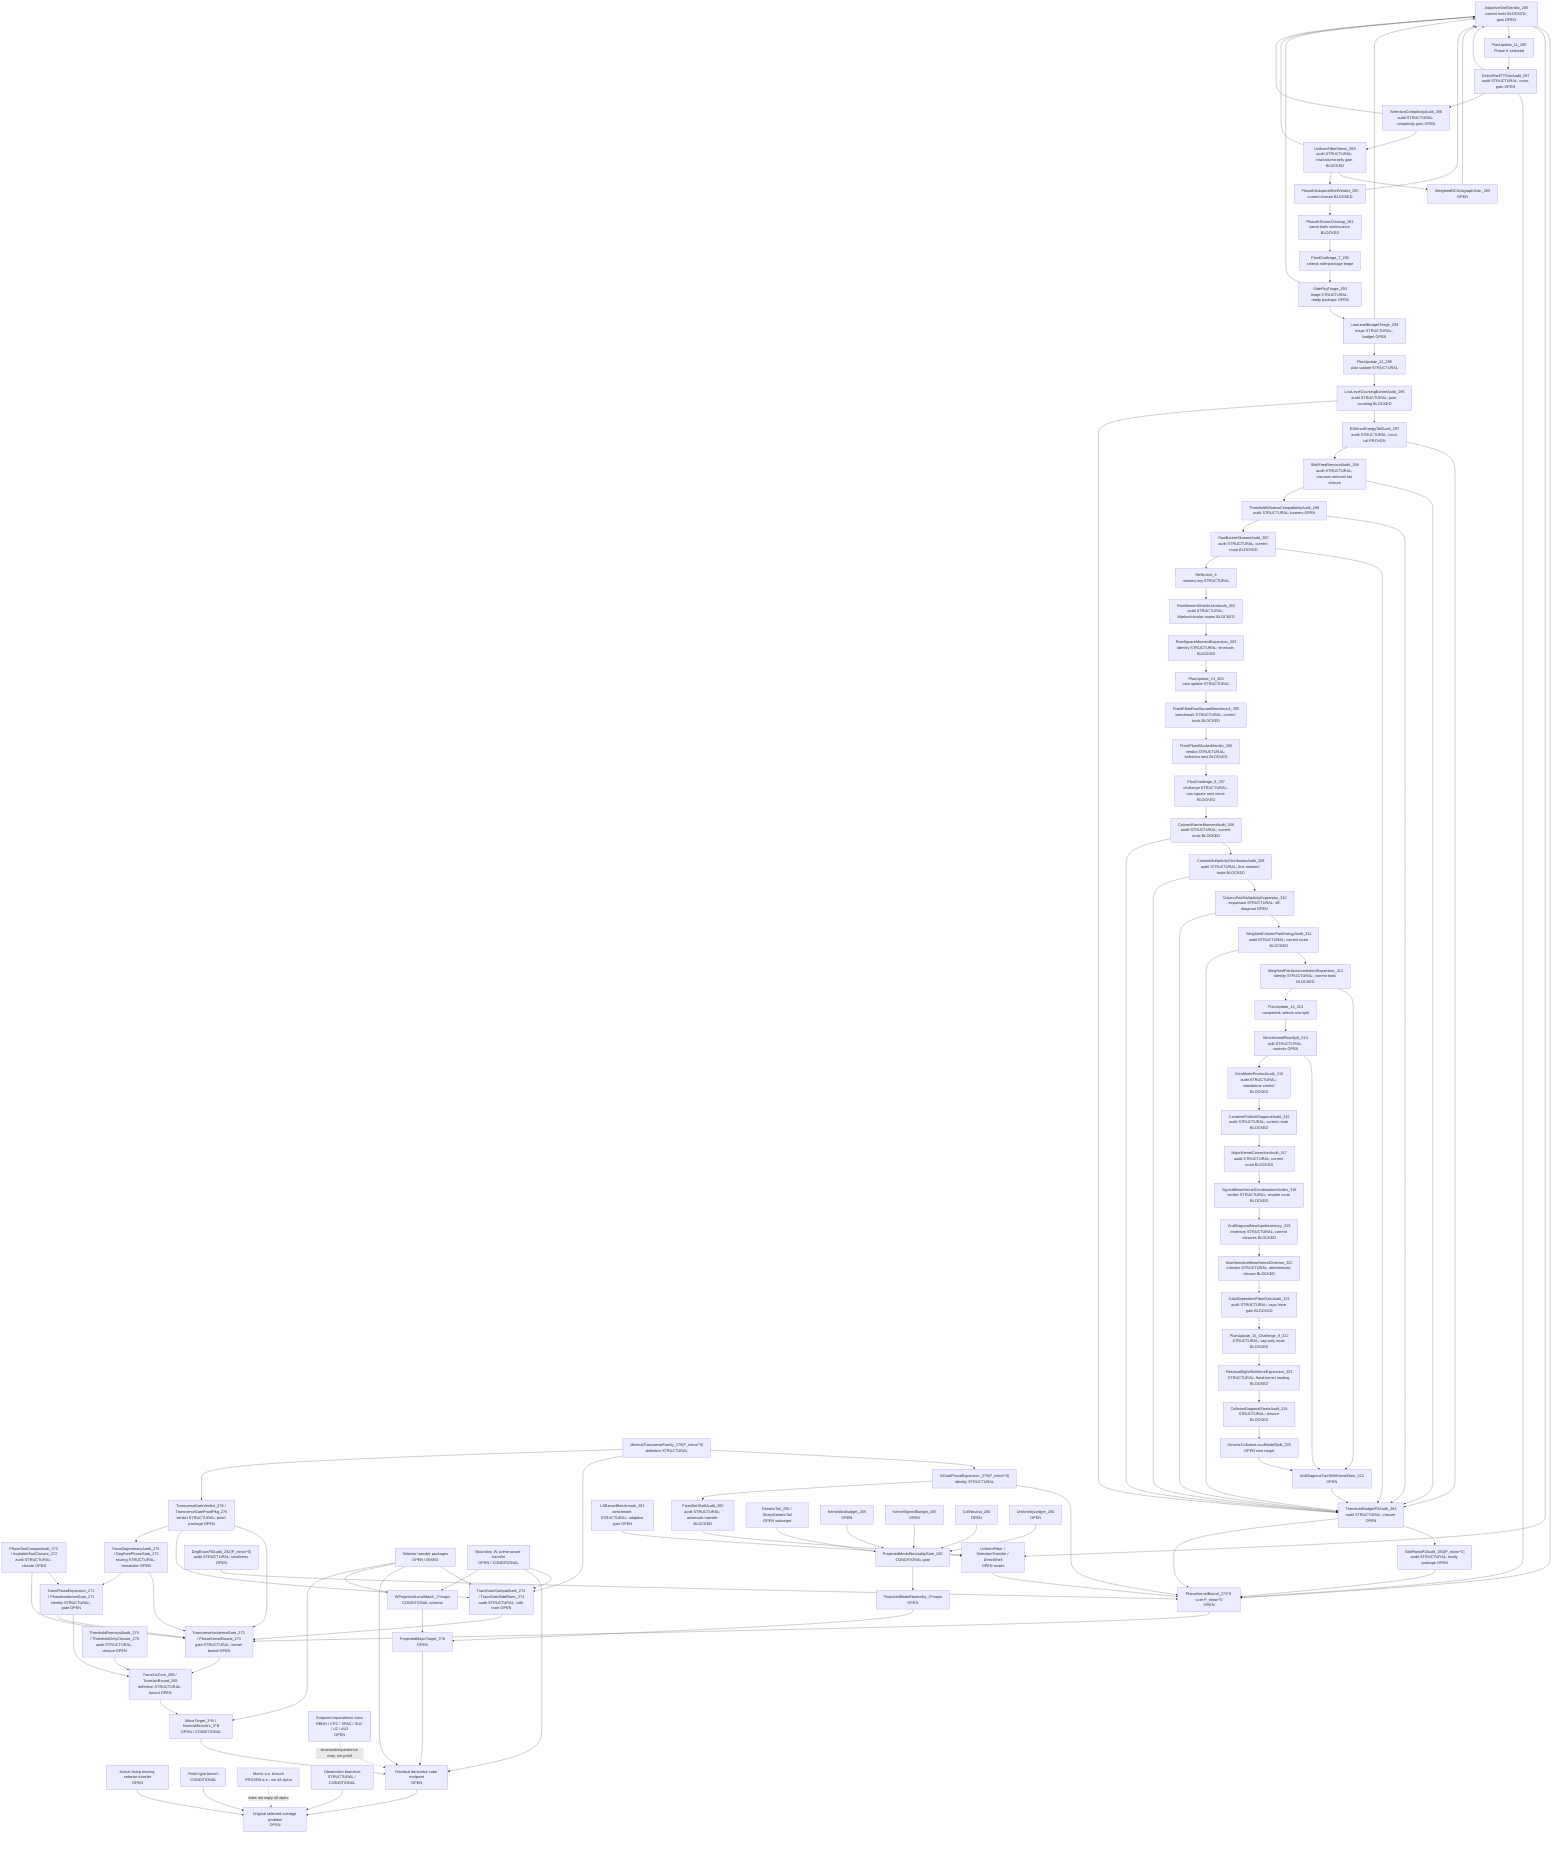
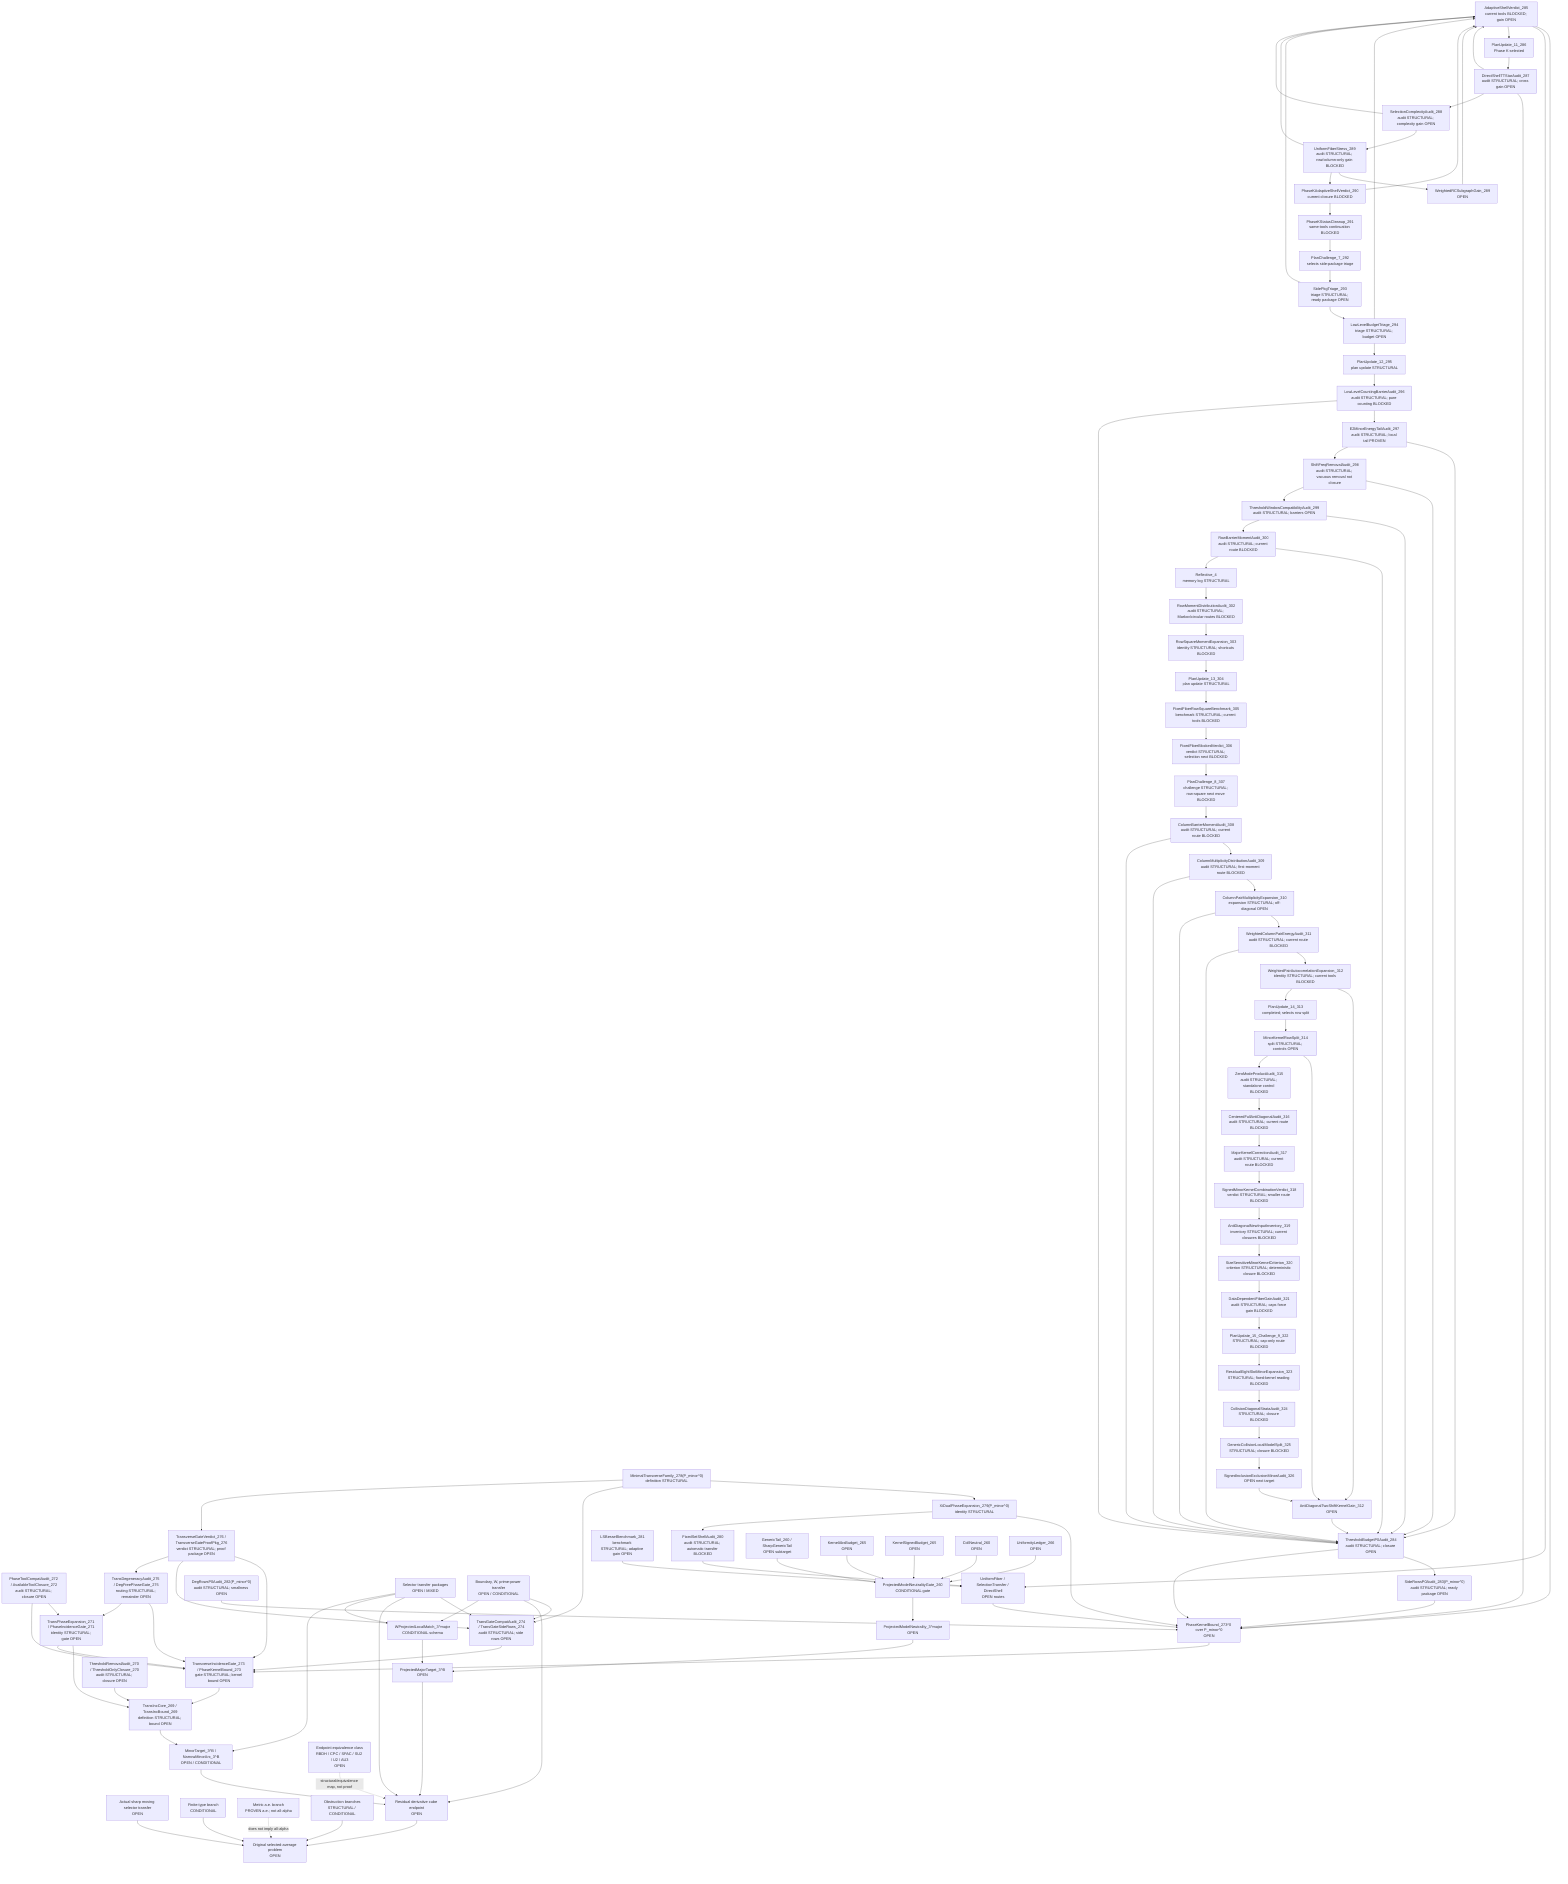
flowchart TD
  Original["Original selected-average problem<br/>OPEN"]
  SharpSel["Actual sharp moving selector transfer<br/>OPEN"]
  FiniteType["Finite-type branch<br/>CONDITIONAL"]
  Metric["Metric a.e. branch<br/>PROVEN a.e.; not all-alpha"]
  Obstruction["Obstruction branches<br/>STRUCTURAL / CONDITIONAL"]

  ResCube["Residual derivative cube endpoint<br/>OPEN"]
  MajorTarget["ProjectedMajorTarget_3^B<br/>OPEN"]
  MinorTarget["MinorTarget_3^B / NarrowMinorArc_3^B<br/>OPEN / CONDITIONAL"]
  TransInc["TransIncCore_269 / TransIncBound_269<br/>definition STRUCTURAL; bound OPEN"]
  ThresholdAudit["ThresholdRemovalAudit_270 / ThresholdOnlyClosure_270<br/>audit STRUCTURAL; closure OPEN"]
  PhaseExpansion["TransPhaseExpansion_271 / PhaseIncidenceGate_271<br/>identity STRUCTURAL; gate OPEN"]
  ToolCompat["PhaseToolCompatAudit_272 / AvailableToolClosure_272<br/>audit STRUCTURAL; closure OPEN"]
  TransGate["TransverseIncidenceGate_273 / PhaseKernelBound_273<br/>gate STRUCTURAL; kernel bound OPEN"]
  TransGateCompat["TransGateCompatAudit_274 / TransGateSideRows_274<br/>audit STRUCTURAL; side rows OPEN"]
  DegAudit["TransDegeneracyAudit_275 / DegFreePhaseGate_275<br/>routing STRUCTURAL; remainder OPEN"]
  TransVerdict["TransverseGateVerdict_276 / TransverseGateProofPkg_276<br/>verdict STRUCTURAL; proof package OPEN"]
  MinTransFamily["MinimalTransverseFamily_278(P_minor^0)<br/>definition STRUCTURAL"]
  XiExpansion["XiDualPhaseExpansion_279(P_minor^0)<br/>identity STRUCTURAL"]
  FixedShellAudit["FixedSetShellAudit_280<br/>audit STRUCTURAL; automatic transfer BLOCKED"]
  FixedShellTransfer["UniformFiber / SelectionTransfer / DirectShell<br/>OPEN routes"]
  LSBesselBench["LSBesselBenchmark_281<br/>benchmark STRUCTURAL; adaptive gain OPEN"]
  DegRowsP0["DegRowsP0Audit_282(P_minor^0)<br/>audit STRUCTURAL; smallness OPEN"]
  SideRowsP0["SideRowsP0Audit_283(P_minor^0)<br/>audit STRUCTURAL; ready package OPEN"]
  ThresholdP0["ThresholdBudgetP0Audit_284<br/>audit STRUCTURAL; closure OPEN"]
  AdaptiveShellP0["AdaptiveShellVerdict_285<br/>current tools BLOCKED; gain OPEN"]
  PlanUpdate11["PlanUpdate_11_286<br/>Phase K selected"]
  DirectTTStar["DirectShellTTStarAudit_287<br/>audit STRUCTURAL; cross gain OPEN"]
  SelectionComplexity["SelectionComplexityAudit_288<br/>audit STRUCTURAL; complexity gain OPEN"]
  UniformFiberStress["UniformFiberStress_289<br/>audit STRUCTURAL; row/column-only gain BLOCKED"]
  WeightedRCSubgraph["WeightedRCSubgraphGain_289<br/>OPEN"]
  AdaptiveVerdict290["PhaseKAdaptiveShellVerdict_290<br/>current closure BLOCKED"]
  PhaseKCleanup291["PhaseKStatusCleanup_291<br/>same-tools continuation BLOCKED"]
  PlanChallenge7["PlanChallenge_7_292<br/>selects side-package triage"]
  SidePkgTriage293["SidePkgTriage_293<br/>triage STRUCTURAL; ready package OPEN"]
  LowLevelTriage294["LowLevelBudgetTriage_294<br/>triage STRUCTURAL; budget OPEN"]
  PlanUpdate12["PlanUpdate_12_295<br/>plan update STRUCTURAL"]
  LowLevelBarrier296["LowLevelCountingBarrierAudit_296<br/>audit STRUCTURAL; pure counting BLOCKED"]
  E2Tail297["E2MinorEnergyTailAudit_297<br/>audit STRUCTURAL; local tail PROVEN"]
  ShiftFreq298["ShiftFreqRemovalAudit_298<br/>audit STRUCTURAL; vacuous removal not closure"]
  ThresholdWindow299["ThresholdWindowCompatibilityAudit_299<br/>audit STRUCTURAL; barriers OPEN"]
  RowBarrier300["RowBarrierMomentAudit_300<br/>audit STRUCTURAL; current route BLOCKED"]
  Reflective4["Reflective_4<br/>memory log STRUCTURAL"]
  RowMoment302["RowMomentDistributionAudit_302<br/>audit STRUCTURAL; Markov/circular routes BLOCKED"]
  RowSquare303["RowSquareMomentExpansion_303<br/>identity STRUCTURAL; shortcuts BLOCKED"]
  PlanUpdate13["PlanUpdate_13_304<br/>plan update STRUCTURAL"]
  FixedFiber305["FixedFiberRowSquareBenchmark_305<br/>benchmark STRUCTURAL; current tools BLOCKED"]
  FixedFiber306["FixedFiberBlockedVerdict_306<br/>verdict STRUCTURAL; selection next BLOCKED"]
  PlanChallenge8["PlanChallenge_8_307<br/>challenge STRUCTURAL; row-square next move BLOCKED"]
  ColumnBarrier308["ColumnBarrierMomentAudit_308<br/>audit STRUCTURAL; current route BLOCKED"]
  ColumnDist309["ColumnMultiplicityDistributionAudit_309<br/>audit STRUCTURAL; first-moment route BLOCKED"]
  ColumnPair310["ColumnPairMultiplicityExpansion_310<br/>expansion STRUCTURAL; off-diagonal OPEN"]
  WPair311["WeightedColumnPairEnergyAudit_311<br/>audit STRUCTURAL; current route BLOCKED"]
  AutoCorr312["WeightedPairAutocorrelationExpansion_312<br/>identity STRUCTURAL; current tools BLOCKED"]
  AntiDiag312["AntiDiagonalTwoShiftKernelGain_312<br/>OPEN"]
  PlanUpdate14["PlanUpdate_14_313<br/>completed; selects row split"]
  MinorKernel314["MinorKernelRowSplit_314<br/>split STRUCTURAL; controls OPEN"]
  ZeroAudit315["ZeroModeProductAudit_315<br/>audit STRUCTURAL; standalone control BLOCKED"]
  CenteredFull316["CenteredFullAntiDiagonalAudit_316<br/>audit STRUCTURAL; current route BLOCKED"]
  MajorCorr317["MajorKernelCorrectionAudit_317<br/>audit STRUCTURAL; current route BLOCKED"]
  SignedVerdict318["SignedMinorKernelCombinationVerdict_318<br/>verdict STRUCTURAL; smaller route BLOCKED"]
  NewInput319["AntiDiagonalNewInputInventory_319<br/>inventory STRUCTURAL; current closures BLOCKED"]
  SizeSensitive320["SizeSensitiveMinorKernelCriterion_320<br/>criterion STRUCTURAL; deterministic closure BLOCKED"]
  FiberGain321["DataDependentFiberGainAudit_321<br/>audit STRUCTURAL; caps force gain BLOCKED"]
  Plan322["PlanUpdate_15_Challenge_9_322<br/>STRUCTURAL; cap-only route BLOCKED"]
  ResidualEight323["ResidualEightSlotMinorExpansion_323<br/>STRUCTURAL; fixed-kernel reading BLOCKED"]
  Collision324["CollisionDiagonalStrataAudit_324<br/>STRUCTURAL; closure BLOCKED"]
-   GenericSplit325["GenericCollisionLocalModelSplit_325<br/>OPEN next target"]
+   GenericSplit325["GenericCollisionLocalModelSplit_325<br/>STRUCTURAL; closure BLOCKED"]
+   SignedIE326["SignedInclusionExclusionMinorAudit_326<br/>OPEN next target"]
  PhaseKernel0["PhaseKernelBound_273^0 over P_minor^0<br/>OPEN"]
  SelectorTransfer["Selector transfer packages<br/>OPEN / MIXED"]
  BoundaryTransfer["Boundary, W, prime-power transfer<br/>OPEN / CONDITIONAL"]

  WLocal["WProjectedLocalMatch_3^major<br/>CONDITIONAL schema"]
  ModelNeutral["ProjectedModelNeutrality_3^major<br/>OPEN"]
  PMNGate["ProjectedModelNeutralityGate_260<br/>CONDITIONAL gate"]
  GenericTail["GenericTail_260 / SharpGenericTail<br/>OPEN subtarget"]
  KernelAbs["KernelAbsBudget_265<br/>OPEN"]
  KernelSigned["KernelSignedBudget_265<br/>OPEN"]
  CollNeutral["CollNeutral_260<br/>OPEN"]
  Uniformity["UniformityLedger_266<br/>OPEN"]

  EndpointClass["Endpoint equivalence class<br/>RBDH / CPC / SPAC / SU2 / U2 / AU3<br/>OPEN"]

  SharpSel --> Original
  FiniteType --> Original
  Obstruction --> Original
  ResCube --> Original
  Metric -. "does not imply all-alpha" .-> Original

  MajorTarget --> ResCube
  MinorTarget --> ResCube
  TransInc --> MinorTarget
  ThresholdAudit --> TransInc
  PhaseExpansion --> TransInc
  ToolCompat --> PhaseExpansion
  TransGate --> TransInc
  PhaseExpansion --> TransGate
  ToolCompat --> TransGate
  TransGateCompat --> TransGate
  SelectorTransfer --> TransGateCompat
  BoundaryTransfer --> TransGateCompat
  DegAudit --> TransGate
  DegAudit --> PhaseExpansion
  TransVerdict --> TransGate
  TransVerdict --> TransGateCompat
  TransVerdict --> DegAudit
  PhaseKernel0 --> TransGate
  MinTransFamily --> XiExpansion
  XiExpansion --> PhaseKernel0
  XiExpansion --> FixedShellAudit
  FixedShellAudit --> FixedShellTransfer
  FixedShellTransfer --> PhaseKernel0
  LSBesselBench --> FixedShellTransfer
  DegRowsP0 --> PhaseKernel0
  SideRowsP0 --> PhaseKernel0
  ThresholdP0 --> SideRowsP0
  ThresholdP0 --> PhaseKernel0
  AdaptiveShellP0 --> PhaseKernel0
  AdaptiveShellP0 --> FixedShellTransfer
  AdaptiveShellP0 --> PlanUpdate11
  PlanUpdate11 --> DirectTTStar
  DirectTTStar --> AdaptiveShellP0
  DirectTTStar --> PhaseKernel0
  DirectTTStar --> SelectionComplexity
  SelectionComplexity --> UniformFiberStress
  SelectionComplexity --> AdaptiveShellP0
  UniformFiberStress --> WeightedRCSubgraph
  WeightedRCSubgraph --> AdaptiveShellP0
  UniformFiberStress --> AdaptiveVerdict290
  UniformFiberStress --> AdaptiveShellP0
  AdaptiveVerdict290 --> AdaptiveShellP0
  AdaptiveVerdict290 --> PhaseKCleanup291
  PhaseKCleanup291 --> PlanChallenge7
  PlanChallenge7 --> SidePkgTriage293
  SidePkgTriage293 --> LowLevelTriage294
  SidePkgTriage293 --> AdaptiveShellP0
  LowLevelTriage294 --> AdaptiveShellP0
  LowLevelTriage294 --> PlanUpdate12
  PlanUpdate12 --> LowLevelBarrier296
  LowLevelBarrier296 --> E2Tail297
  LowLevelBarrier296 --> ThresholdP0
  E2Tail297 --> ThresholdP0
  E2Tail297 --> ShiftFreq298
  ShiftFreq298 --> ThresholdP0
  ShiftFreq298 --> ThresholdWindow299
  ThresholdWindow299 --> ThresholdP0
  ThresholdWindow299 --> RowBarrier300
  RowBarrier300 --> ThresholdP0
  RowBarrier300 --> Reflective4
  Reflective4 --> RowMoment302
  RowMoment302 --> RowSquare303
  RowSquare303 --> PlanUpdate13
  PlanUpdate13 --> FixedFiber305
  FixedFiber305 --> FixedFiber306
  FixedFiber306 --> PlanChallenge8
  PlanChallenge8 --> ColumnBarrier308
  ColumnBarrier308 --> ColumnDist309
  ColumnDist309 --> ColumnPair310
  ColumnPair310 --> WPair311
  WPair311 --> AutoCorr312
  AutoCorr312 --> AntiDiag312
  AntiDiag312 --> ThresholdP0
  AutoCorr312 --> PlanUpdate14
  PlanUpdate14 --> MinorKernel314
  MinorKernel314 --> AntiDiag312
  MinorKernel314 --> ZeroAudit315
  ZeroAudit315 --> CenteredFull316
  CenteredFull316 --> MajorCorr317
  MajorCorr317 --> SignedVerdict318
  SignedVerdict318 --> NewInput319
  NewInput319 --> SizeSensitive320
  SizeSensitive320 --> FiberGain321
  FiberGain321 --> Plan322
  Plan322 --> ResidualEight323
  ResidualEight323 --> Collision324
  Collision324 --> GenericSplit325
-   GenericSplit325 --> AntiDiag312
+   GenericSplit325 --> SignedIE326
+   SignedIE326 --> AntiDiag312
  WPair311 --> ThresholdP0
  ColumnPair310 --> ThresholdP0
  ColumnDist309 --> ThresholdP0
  ColumnBarrier308 --> ThresholdP0
  MinTransFamily --> TransGateCompat
  MinTransFamily --> TransVerdict
  SelectorTransfer --> ResCube
  BoundaryTransfer --> ResCube
  EndpointClass -. "structural/equivalence map, not proof" .-> ResCube

  WLocal --> MajorTarget
  ModelNeutral --> MajorTarget

  PMNGate --> ModelNeutral
  GenericTail --> PMNGate
  KernelAbs --> PMNGate
  KernelSigned --> PMNGate
  CollNeutral --> PMNGate
  Uniformity --> PMNGate

  BoundaryTransfer --> WLocal
  SelectorTransfer --> WLocal
  SelectorTransfer --> MinorTarget
